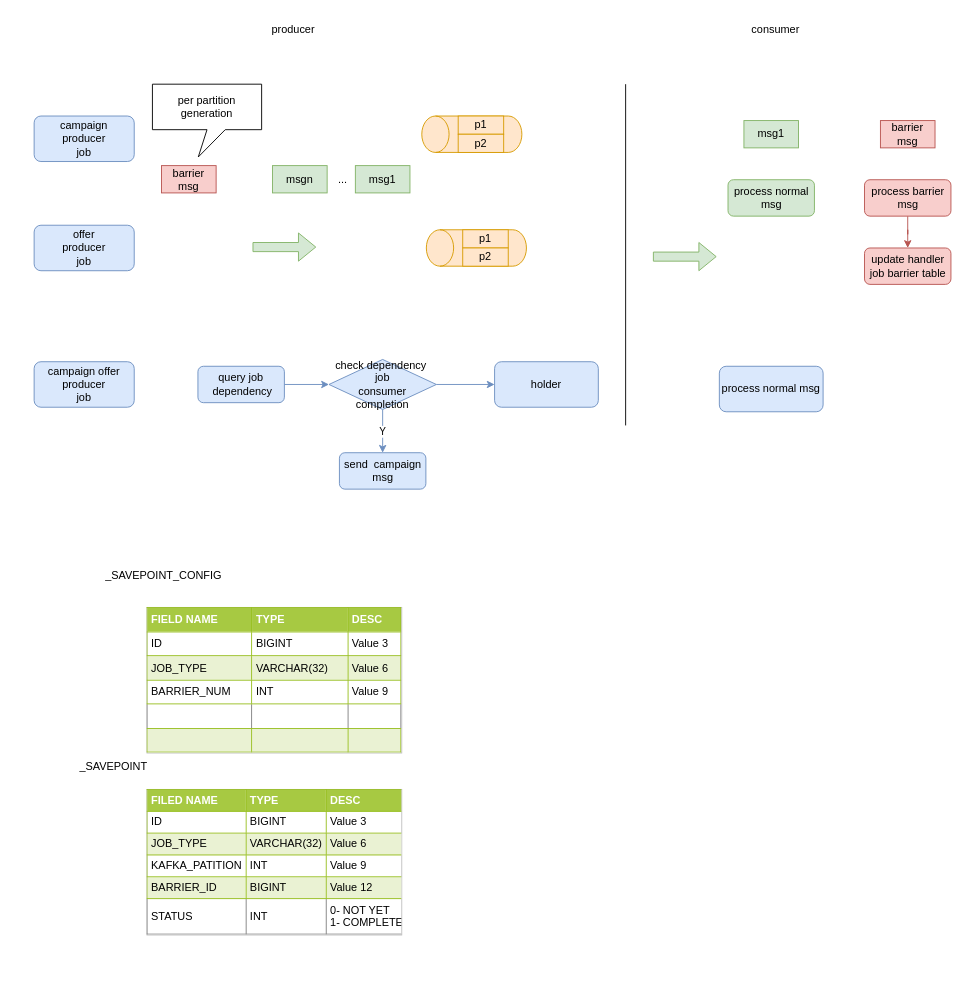
The draw.io diagram techlab/handler dependency.drawio in qiufang1314/drawio, before the edit. Source tidied: cells renumbered, new cells numbered last; positions are measured from the earlier drawing's top-left corner, leaving out a move shared by most shapes. Both pictures are drawn from the tidied source at 91%, with x=0, y=0 at pixel (15, 15).
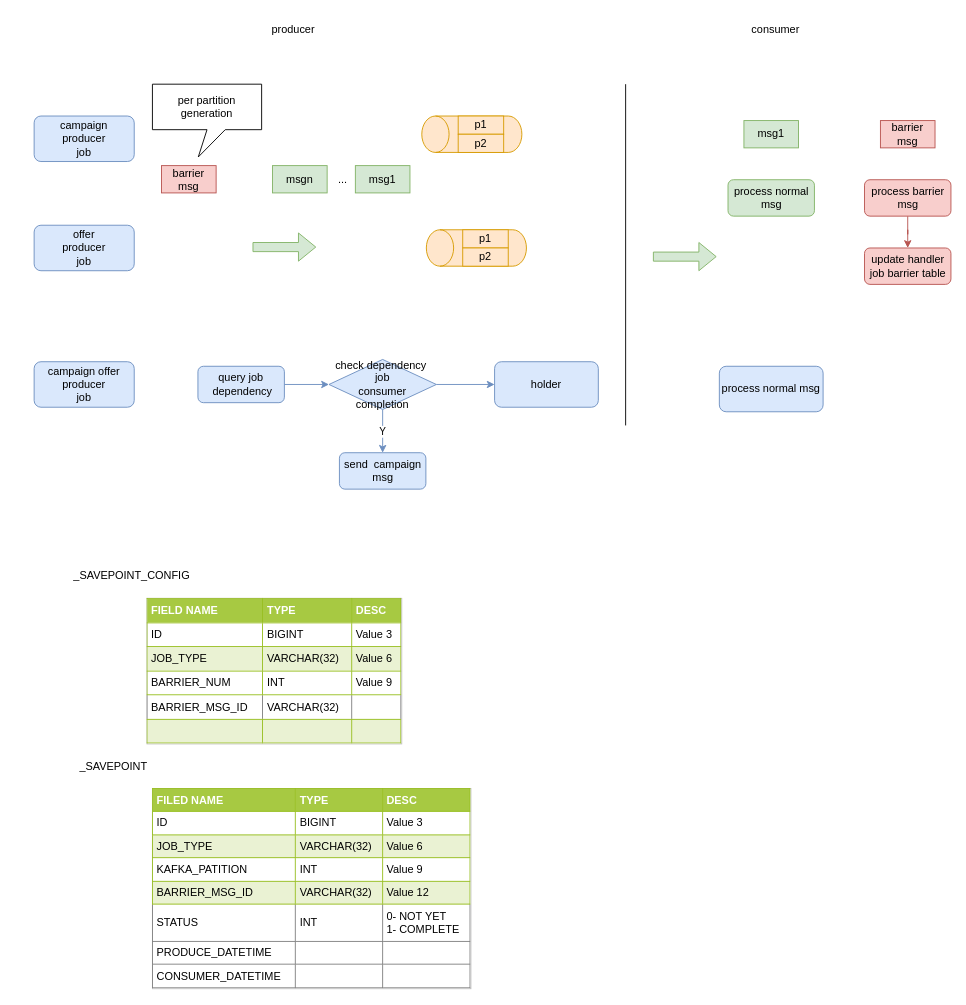
The same page after the edit.

The edit, as a diff of the source:
```diff
@@
     <mxCell id="33" value="_SAVEPOINT_CONFIG" style="text;html=1;strokeColor=none;fillColor=none;align=center;verticalAlign=middle;whiteSpace=wrap;rounded=0;" parent="1" vertex="1">
-      <mxGeometry x="55" y="600" width="215" height="30" as="geometry" />
+      <mxGeometry x="20" y="600" width="215" height="30" as="geometry" />
     </mxCell>
@@
-    <mxCell id="35" value="&lt;table border=&quot;1&quot; width=&quot;100%&quot; height=&quot;100%&quot; cellpadding=&quot;4&quot; style=&quot;width:100%;height:100%;border-collapse:collapse;&quot;&gt;&lt;tbody&gt;&lt;tr style=&quot;background-color:#A7C942;color:#ffffff;border:1px solid #98bf21;&quot;&gt;&lt;th align=&quot;left&quot;&gt;FIELD NAME&lt;/th&gt;&lt;th align=&quot;left&quot;&gt;TYPE&lt;/th&gt;&lt;th align=&quot;left&quot;&gt;DESC&lt;/th&gt;&lt;/tr&gt;&lt;tr style=&quot;border:1px solid #98bf21;&quot;&gt;&lt;td&gt;ID&lt;/td&gt;&lt;td&gt;BIGINT&lt;/td&gt;&lt;td&gt;Value 3&lt;/td&gt;&lt;/tr&gt;&lt;tr style=&quot;background-color:#EAF2D3;border:1px solid #98bf21;&quot;&gt;&lt;td&gt;JOB_TYPE&lt;/td&gt;&lt;td&gt;VARCHAR(32)&lt;/td&gt;&lt;td&gt;Value 6&lt;/td&gt;&lt;/tr&gt;&lt;tr style=&quot;border:1px solid #98bf21;&quot;&gt;&lt;td&gt;BARRIER_NUM&lt;/td&gt;&lt;td&gt;INT&lt;/td&gt;&lt;td&gt;Value 9&lt;/td&gt;&lt;/tr&gt;&lt;tr&gt;&lt;td&gt;&lt;br&gt;&lt;/td&gt;&lt;td&gt;&lt;br&gt;&lt;/td&gt;&lt;td&gt;&lt;br&gt;&lt;/td&gt;&lt;/tr&gt;&lt;tr style=&quot;background-color:#EAF2D3;border:1px solid #98bf21;&quot;&gt;&lt;td&gt;&lt;/td&gt;&lt;td&gt;&lt;br&gt;&lt;/td&gt;&lt;td&gt;&lt;br&gt;&lt;/td&gt;&lt;/tr&gt;&lt;/tbody&gt;&lt;/table&gt;" style="text;html=1;strokeColor=#c0c0c0;fillColor=#ffffff;overflow=fill;rounded=0;" parent="1" vertex="1">
-      <mxGeometry x="144" y="650" width="280" height="160" as="geometry" />
+    <mxCell id="35" value="&lt;table border=&quot;1&quot; width=&quot;100%&quot; height=&quot;100%&quot; cellpadding=&quot;4&quot; style=&quot;width:100%;height:100%;border-collapse:collapse;&quot;&gt;&lt;tbody&gt;&lt;tr style=&quot;background-color:#A7C942;color:#ffffff;border:1px solid #98bf21;&quot;&gt;&lt;th align=&quot;left&quot;&gt;FIELD NAME&lt;/th&gt;&lt;th align=&quot;left&quot;&gt;TYPE&lt;/th&gt;&lt;th align=&quot;left&quot;&gt;DESC&lt;/th&gt;&lt;/tr&gt;&lt;tr style=&quot;border:1px solid #98bf21;&quot;&gt;&lt;td&gt;ID&lt;/td&gt;&lt;td&gt;BIGINT&lt;/td&gt;&lt;td&gt;Value 3&lt;/td&gt;&lt;/tr&gt;&lt;tr style=&quot;background-color:#EAF2D3;border:1px solid #98bf21;&quot;&gt;&lt;td&gt;JOB_TYPE&lt;/td&gt;&lt;td&gt;VARCHAR(32)&lt;/td&gt;&lt;td&gt;Value 6&lt;/td&gt;&lt;/tr&gt;&lt;tr style=&quot;border:1px solid #98bf21;&quot;&gt;&lt;td&gt;BARRIER_NUM&lt;/td&gt;&lt;td&gt;INT&lt;/td&gt;&lt;td&gt;Value 9&lt;/td&gt;&lt;/tr&gt;&lt;tr&gt;&lt;td&gt;BARRIER_MSG_ID&lt;/td&gt;&lt;td&gt;VARCHAR(32)&lt;/td&gt;&lt;td&gt;&lt;br&gt;&lt;/td&gt;&lt;/tr&gt;&lt;tr style=&quot;background-color:#EAF2D3;border:1px solid #98bf21;&quot;&gt;&lt;td&gt;&lt;/td&gt;&lt;td&gt;&lt;br&gt;&lt;/td&gt;&lt;td&gt;&lt;br&gt;&lt;/td&gt;&lt;/tr&gt;&lt;/tbody&gt;&lt;/table&gt;" style="text;html=1;strokeColor=#c0c0c0;fillColor=#ffffff;overflow=fill;rounded=0;" parent="1" vertex="1">
+      <mxGeometry x="144" y="640" width="280" height="160" as="geometry" />
     </mxCell>
@@
-    <mxCell id="37" value="&lt;table border=&quot;1&quot; width=&quot;100%&quot; height=&quot;100%&quot; cellpadding=&quot;4&quot; style=&quot;width:100%;height:100%;border-collapse:collapse;&quot;&gt;&lt;tbody&gt;&lt;tr style=&quot;background-color:#A7C942;color:#ffffff;border:1px solid #98bf21;&quot;&gt;&lt;th align=&quot;left&quot;&gt;FILED NAME&lt;/th&gt;&lt;th align=&quot;left&quot;&gt;TYPE&lt;/th&gt;&lt;th align=&quot;left&quot;&gt;DESC&lt;/th&gt;&lt;/tr&gt;&lt;tr style=&quot;border:1px solid #98bf21;&quot;&gt;&lt;td&gt;ID&lt;/td&gt;&lt;td&gt;BIGINT&lt;/td&gt;&lt;td&gt;Value 3&lt;/td&gt;&lt;/tr&gt;&lt;tr style=&quot;background-color:#EAF2D3;border:1px solid #98bf21;&quot;&gt;&lt;td&gt;JOB_TYPE&lt;/td&gt;&lt;td&gt;VARCHAR(32)&lt;/td&gt;&lt;td&gt;Value 6&lt;/td&gt;&lt;/tr&gt;&lt;tr style=&quot;border:1px solid #98bf21;&quot;&gt;&lt;td&gt;KAFKA_PATITION&lt;/td&gt;&lt;td&gt;INT&lt;/td&gt;&lt;td&gt;Value 9&lt;/td&gt;&lt;/tr&gt;&lt;tr style=&quot;background-color:#EAF2D3;border:1px solid #98bf21;&quot;&gt;&lt;td&gt;BARRIER_ID&lt;/td&gt;&lt;td&gt;BIGINT&lt;/td&gt;&lt;td&gt;Value 12&lt;/td&gt;&lt;/tr&gt;&lt;tr&gt;&lt;td&gt;STATUS&lt;/td&gt;&lt;td&gt;INT&lt;/td&gt;&lt;td&gt;0- NOT YET&lt;br&gt;1- COMPLETE&lt;/td&gt;&lt;/tr&gt;&lt;/tbody&gt;&lt;/table&gt;" style="text;html=1;strokeColor=#c0c0c0;fillColor=#ffffff;overflow=fill;rounded=0;" parent="1" vertex="1">
-      <mxGeometry x="144" y="850" width="280" height="160" as="geometry" />
+    <mxCell id="37" value="&lt;table border=&quot;1&quot; width=&quot;100%&quot; height=&quot;100%&quot; cellpadding=&quot;4&quot; style=&quot;width:100%;height:100%;border-collapse:collapse;&quot;&gt;&lt;tbody&gt;&lt;tr style=&quot;background-color:#A7C942;color:#ffffff;border:1px solid #98bf21;&quot;&gt;&lt;th align=&quot;left&quot;&gt;FILED NAME&lt;/th&gt;&lt;th align=&quot;left&quot;&gt;TYPE&lt;/th&gt;&lt;th align=&quot;left&quot;&gt;DESC&lt;/th&gt;&lt;/tr&gt;&lt;tr style=&quot;border:1px solid #98bf21;&quot;&gt;&lt;td&gt;ID&lt;/td&gt;&lt;td&gt;BIGINT&lt;/td&gt;&lt;td&gt;Value 3&lt;/td&gt;&lt;/tr&gt;&lt;tr style=&quot;background-color:#EAF2D3;border:1px solid #98bf21;&quot;&gt;&lt;td&gt;JOB_TYPE&lt;/td&gt;&lt;td&gt;VARCHAR(32)&lt;/td&gt;&lt;td&gt;Value 6&lt;/td&gt;&lt;/tr&gt;&lt;tr style=&quot;border:1px solid #98bf21;&quot;&gt;&lt;td&gt;KAFKA_PATITION&lt;/td&gt;&lt;td&gt;INT&lt;/td&gt;&lt;td&gt;Value 9&lt;/td&gt;&lt;/tr&gt;&lt;tr style=&quot;background-color:#EAF2D3;border:1px solid #98bf21;&quot;&gt;&lt;td&gt;BARRIER_MSG_ID&lt;/td&gt;&lt;td&gt;VARCHAR(32)&lt;/td&gt;&lt;td&gt;Value 12&lt;/td&gt;&lt;/tr&gt;&lt;tr&gt;&lt;td&gt;STATUS&lt;/td&gt;&lt;td&gt;INT&lt;/td&gt;&lt;td&gt;0- NOT YET&lt;br&gt;1- COMPLETE&lt;/td&gt;&lt;/tr&gt;&lt;tr&gt;&lt;td&gt;PRODUCE_DATETIME&lt;/td&gt;&lt;td&gt;&lt;br&gt;&lt;/td&gt;&lt;td&gt;&lt;br&gt;&lt;/td&gt;&lt;/tr&gt;&lt;tr&gt;&lt;td&gt;CONSUMER_DATETIME&lt;/td&gt;&lt;td&gt;&lt;br&gt;&lt;/td&gt;&lt;td&gt;&lt;br&gt;&lt;/td&gt;&lt;/tr&gt;&lt;/tbody&gt;&lt;/table&gt;" style="text;html=1;strokeColor=#c0c0c0;fillColor=#ffffff;overflow=fill;rounded=0;" parent="1" vertex="1">
+      <mxGeometry x="150" y="849" width="350" height="220" as="geometry" />
     </mxCell>
```
